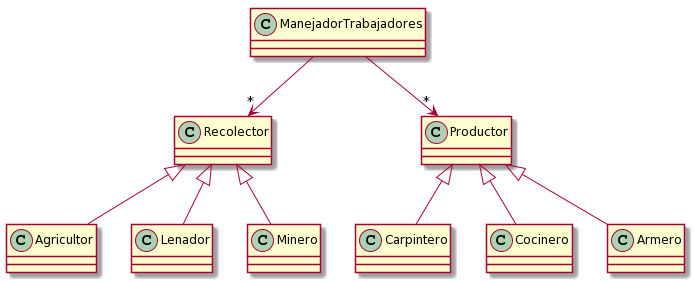
Earlier version of the PlantUML export img/Diagrama2.png (gianbelinche/TallerTP2).
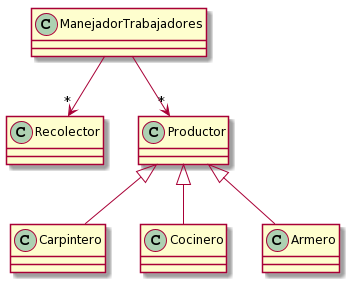
After the commit.

Commit message:
Actualizo informe

Change to the diagram source:
```diff
@@ -1,9 +1,6 @@
 @startuml
-ManejadorTrabajadores --> "*" Recolector
-ManejadorTrabajadores --> "*" Productor
-Recolector <|-- Agricultor
-Recolector <|-- Lenador
-Recolector <|-- Minero
+ManejadorTrabajadores -->"*" Recolector
+ManejadorTrabajadores -->"*" Productor
 Productor <|-- Carpintero
 Productor <|-- Cocinero
 Productor <|-- Armero
```
